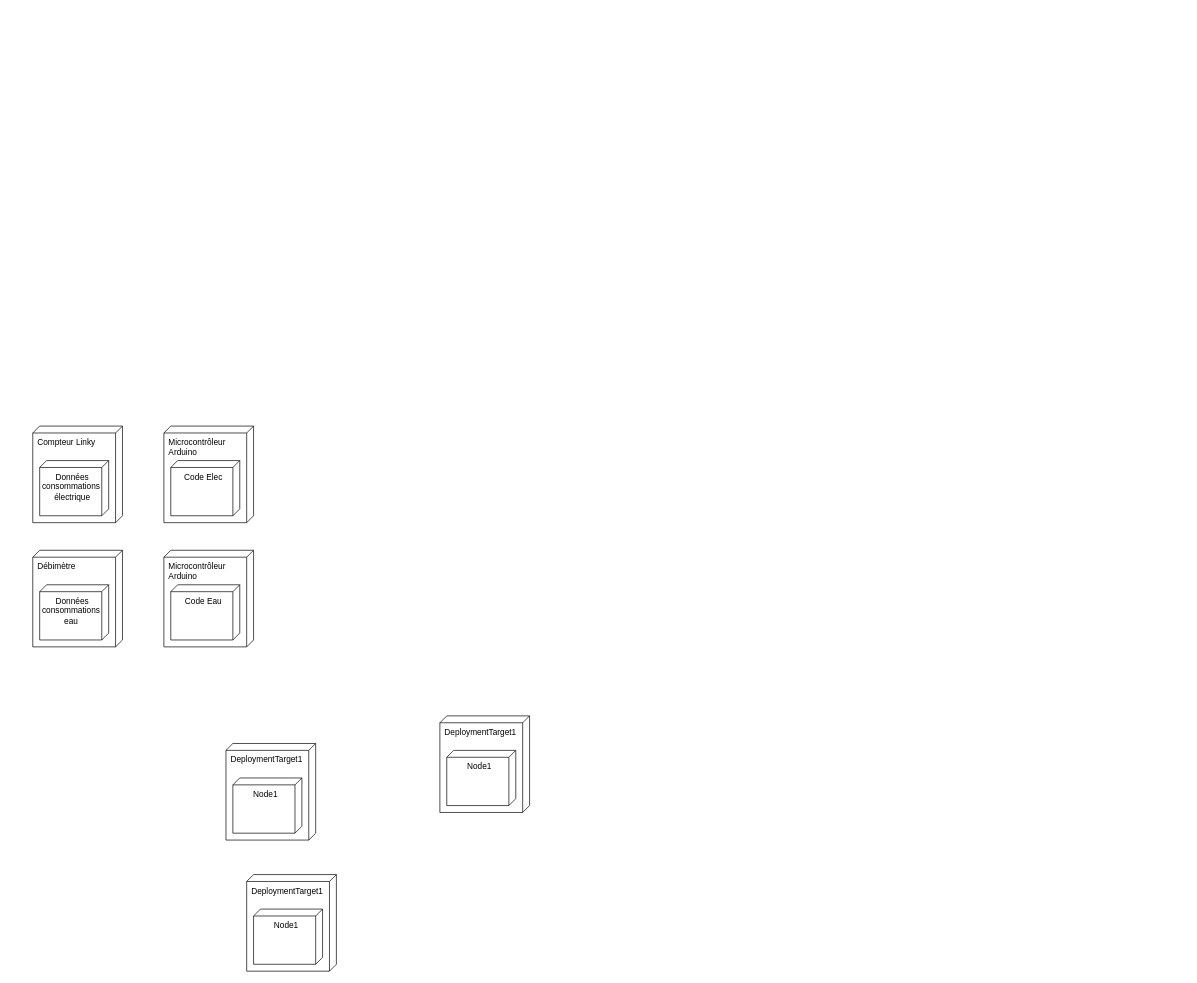
Above: Diagramme_déploiement.drawio in leeeooooooooo/Projet_Visualisation (draw.io), before the change. Source tidied: cells renumbered, new cells numbered last; positions are measured from the earlier drawing's top-left corner, leaving out a move shared by most shapes. Both pictures are drawn from the tidied source at 69%, with x=0, y=0 at pixel (32, 426).
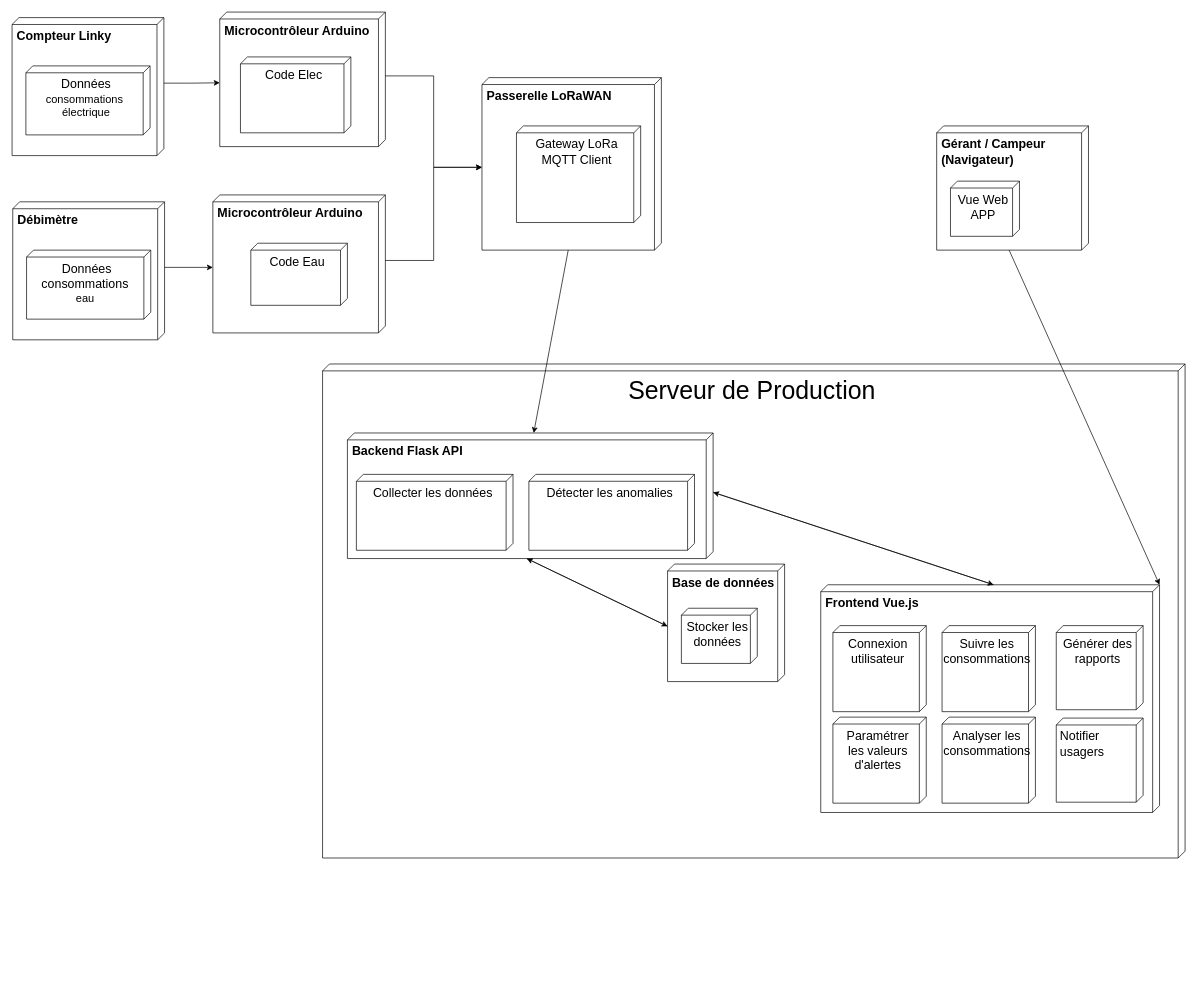
The same diagram, later.

Commit message (it also covers changes not shown here):
Mettre à jour Diagramme_déploiement.drawio

The edit, as a diff of the source:
```diff
@@
-    <mxCell id="2" value="Compteur Linky" style="verticalAlign=top;align=left;shape=cube;size=10;direction=south;fontStyle=0;html=1;boundedLbl=1;spacingLeft=5;whiteSpace=wrap;" parent="1" vertex="1">
-      <mxGeometry width="130" height="140" as="geometry" />
+    <mxCell id="2" value="&lt;font style=&quot;font-size: 18px;&quot;&gt;&lt;b&gt;Compteur Linky&lt;/b&gt;&lt;/font&gt;" style="verticalAlign=top;align=left;shape=cube;size=10;direction=south;fontStyle=0;html=1;boundedLbl=1;spacingLeft=5;whiteSpace=wrap;" parent="1" vertex="1">
+      <mxGeometry x="-30" y="-592" width="220" height="200" as="geometry" />
     </mxCell>
-    <mxCell id="3" value="Données&lt;div&gt;consommations&amp;nbsp;&lt;/div&gt;&lt;div&gt;électrique&lt;/div&gt;" style="verticalAlign=top;align=center;shape=cube;size=10;direction=south;html=1;boundedLbl=1;spacingLeft=5;whiteSpace=wrap;" parent="2" vertex="1">
-      <mxGeometry width="100" height="80" relative="1" as="geometry">
-        <mxPoint x="10" y="50" as="offset" />
+    <mxCell id="3" value="&lt;font style=&quot;font-size: 18px;&quot;&gt;Données&lt;/font&gt;&lt;div&gt;&lt;font size=&quot;3&quot;&gt;consommations&amp;nbsp;&lt;/font&gt;&lt;/div&gt;&lt;div&gt;&lt;font size=&quot;3&quot;&gt;électrique&lt;/font&gt;&lt;/div&gt;" style="verticalAlign=top;align=center;shape=cube;size=10;direction=south;html=1;boundedLbl=1;spacingLeft=5;whiteSpace=wrap;" parent="2" vertex="1">
+      <mxGeometry width="180" height="100" relative="1" as="geometry">
+        <mxPoint x="20" y="70" as="offset" />
       </mxGeometry>
     </mxCell>
-    <mxCell id="4" value="Débimètre" style="verticalAlign=top;align=left;shape=cube;size=10;direction=south;fontStyle=0;html=1;boundedLbl=1;spacingLeft=5;whiteSpace=wrap;" parent="1" vertex="1">
-      <mxGeometry y="180" width="130" height="140" as="geometry" />
-    </mxCell>
-    <mxCell id="5" value="Données&lt;div&gt;consommations&amp;nbsp;&lt;/div&gt;&lt;div&gt;&lt;span style=&quot;background-color: transparent; color: light-dark(rgb(0, 0, 0), rgb(255, 255, 255));&quot;&gt;eau&lt;/span&gt;&lt;span style=&quot;background-color: transparent; color: light-dark(rgb(0, 0, 0), rgb(255, 255, 255));&quot;&gt;&amp;nbsp;&lt;/span&gt;&lt;/div&gt;" style="verticalAlign=top;align=center;shape=cube;size=10;direction=south;html=1;boundedLbl=1;spacingLeft=5;whiteSpace=wrap;" parent="4" vertex="1">
-      <mxGeometry width="100" height="80" relative="1" as="geometry">
-        <mxPoint x="10" y="50" as="offset" />
-      </mxGeometry>
-    </mxCell>
-    <mxCell id="6" value="DeploymentTarget1" style="verticalAlign=top;align=left;shape=cube;size=10;direction=south;fontStyle=0;html=1;boundedLbl=1;spacingLeft=5;whiteSpace=wrap;" parent="1" vertex="1">
-      <mxGeometry x="280" y="460" width="130" height="140" as="geometry" />
+    <mxCell id="6" value="&lt;font style=&quot;font-size: 18px;&quot;&gt;&lt;b&gt;Passerelle LoRaWAN&lt;/b&gt;&lt;/font&gt;" style="verticalAlign=top;align=left;shape=cube;size=10;direction=south;fontStyle=0;html=1;boundedLbl=1;spacingLeft=5;whiteSpace=wrap;" parent="1" vertex="1">
+      <mxGeometry x="651" y="-505" width="260" height="250" as="geometry" />
     </mxCell>
-    <mxCell id="7" value="Node1" style="verticalAlign=top;align=center;shape=cube;size=10;direction=south;html=1;boundedLbl=1;spacingLeft=5;whiteSpace=wrap;" parent="6" vertex="1">
-      <mxGeometry width="100" height="80" relative="1" as="geometry">
-        <mxPoint x="10" y="50" as="offset" />
-      </mxGeometry>
-    </mxCell>
-    <mxCell id="8" value="Microcontrôleur Arduino&amp;nbsp;" style="verticalAlign=top;align=left;shape=cube;size=10;direction=south;fontStyle=0;html=1;boundedLbl=1;spacingLeft=5;whiteSpace=wrap;" parent="1" vertex="1">
-      <mxGeometry x="190" y="180" width="130" height="140" as="geometry" />
+    <mxCell id="8" value="&lt;font style=&quot;font-size: 18px;&quot;&gt;&lt;b&gt;Microcontrôleur Arduino&amp;nbsp;&lt;/b&gt;&lt;/font&gt;" style="verticalAlign=top;align=left;shape=cube;size=10;direction=south;fontStyle=0;html=1;boundedLbl=1;spacingLeft=5;whiteSpace=wrap;" parent="1" vertex="1">
+      <mxGeometry x="261" y="-335" width="250" height="200" as="geometry" />
     </mxCell>
-    <mxCell id="9" value="Code Eau" style="verticalAlign=top;align=center;shape=cube;size=10;direction=south;html=1;boundedLbl=1;spacingLeft=5;whiteSpace=wrap;" parent="8" vertex="1">
-      <mxGeometry width="100" height="80" relative="1" as="geometry">
-        <mxPoint x="10" y="50" as="offset" />
+    <mxCell id="9" value="&lt;font style=&quot;font-size: 18px;&quot;&gt;Code Eau&lt;/font&gt;" style="verticalAlign=top;align=center;shape=cube;size=10;direction=south;html=1;boundedLbl=1;spacingLeft=5;whiteSpace=wrap;" parent="8" vertex="1">
+      <mxGeometry width="140" height="90" relative="1" as="geometry">
+        <mxPoint x="55" y="70" as="offset" />
       </mxGeometry>
     </mxCell>
-    <mxCell id="10" value="Microcontrôleur Arduino&amp;nbsp;" style="verticalAlign=top;align=left;shape=cube;size=10;direction=south;fontStyle=0;html=1;boundedLbl=1;spacingLeft=5;whiteSpace=wrap;" parent="1" vertex="1">
-      <mxGeometry x="190" width="130" height="140" as="geometry" />
+    <mxCell id="10" value="&lt;font style=&quot;font-size: 18px;&quot;&gt;&lt;b&gt;Microcontrôleur Arduino&amp;nbsp;&lt;/b&gt;&lt;/font&gt;" style="verticalAlign=top;align=left;shape=cube;size=10;direction=south;fontStyle=0;html=1;boundedLbl=1;spacingLeft=5;whiteSpace=wrap;" parent="1" vertex="1">
+      <mxGeometry x="271" y="-600" width="240" height="195" as="geometry" />
     </mxCell>
-    <mxCell id="11" value="Code Elec" style="verticalAlign=top;align=center;shape=cube;size=10;direction=south;html=1;boundedLbl=1;spacingLeft=5;whiteSpace=wrap;" parent="10" vertex="1">
-      <mxGeometry width="100" height="80" relative="1" as="geometry">
-        <mxPoint x="10" y="50" as="offset" />
+    <mxCell id="11" value="&lt;font style=&quot;font-size: 18px;&quot;&gt;Code Elec&lt;/font&gt;" style="verticalAlign=top;align=center;shape=cube;size=10;direction=south;html=1;boundedLbl=1;spacingLeft=5;whiteSpace=wrap;" parent="10" vertex="1">
+      <mxGeometry width="160" height="110" relative="1" as="geometry">
+        <mxPoint x="30" y="65" as="offset" />
       </mxGeometry>
     </mxCell>
+    <mxCell id="16" value="&lt;font style=&quot;font-size: 18px;&quot;&gt;Gateway LoRa&lt;/font&gt;&lt;div&gt;&lt;font style=&quot;font-size: 18px;&quot;&gt;MQTT Client&lt;/font&gt;&lt;/div&gt;" style="verticalAlign=top;align=center;shape=cube;size=10;direction=south;html=1;boundedLbl=1;spacingLeft=5;whiteSpace=wrap;" parent="1" vertex="1">
+      <mxGeometry x="701" y="-435" width="180" height="140" as="geometry" />
+    </mxCell>
+    <mxCell id="17" value="&lt;font style=&quot;font-size: 18px;&quot;&gt;&lt;b&gt;Gérant / Campeur (Navigateur)&lt;/b&gt;&lt;/font&gt;" style="verticalAlign=top;align=left;shape=cube;size=10;direction=south;fontStyle=0;html=1;boundedLbl=1;spacingLeft=5;whiteSpace=wrap;" parent="1" vertex="1">
+      <mxGeometry x="1310" y="-435" width="220" height="180" as="geometry" />
+    </mxCell>
+    <mxCell id="18" value="&lt;font style=&quot;font-size: 18px;&quot;&gt;Vue Web APP&lt;/font&gt;" style="verticalAlign=top;align=center;shape=cube;size=10;direction=south;html=1;boundedLbl=1;spacingLeft=5;whiteSpace=wrap;" parent="17" vertex="1">
+      <mxGeometry width="100" height="80" relative="1" as="geometry">
+        <mxPoint x="20" y="80" as="offset" />
+      </mxGeometry>
+    </mxCell>
+    <mxCell id="19" value="&lt;font style=&quot;font-size: 36px;&quot;&gt;Serveur de Production&lt;/font&gt;" style="verticalAlign=top;align=center;shape=cube;size=10;direction=south;fontStyle=0;html=1;boundedLbl=1;spacingLeft=5;whiteSpace=wrap;" parent="1" vertex="1">
+      <mxGeometry x="420" y="-90" width="1250" height="716" as="geometry" />
+    </mxCell>
-    <mxCell id="12" value="DeploymentTarget1" style="verticalAlign=top;align=left;shape=cube;size=10;direction=south;fontStyle=0;html=1;boundedLbl=1;spacingLeft=5;whiteSpace=wrap;" parent="1" vertex="1">
-      <mxGeometry x="590" y="420" width="130" height="140" as="geometry" />
+    <mxCell id="12" value="&lt;b&gt;&lt;font style=&quot;font-size: 18px;&quot;&gt;Base de données&lt;/font&gt;&lt;/b&gt;" style="verticalAlign=top;align=left;shape=cube;size=10;direction=south;fontStyle=0;html=1;boundedLbl=1;spacingLeft=5;whiteSpace=wrap;" parent="19" vertex="1">
+      <mxGeometry x="500" y="290" width="169.6" height="170.3" as="geometry" />
     </mxCell>
-    <mxCell id="13" value="Node1" style="verticalAlign=top;align=center;shape=cube;size=10;direction=south;html=1;boundedLbl=1;spacingLeft=5;whiteSpace=wrap;" parent="12" vertex="1">
-      <mxGeometry width="100" height="80" relative="1" as="geometry">
-        <mxPoint x="10" y="50" as="offset" />
+    <mxCell id="13" value="&lt;font style=&quot;font-size: 18px;&quot;&gt;Stocker les données&lt;/font&gt;" style="verticalAlign=top;align=center;shape=cube;size=10;direction=south;html=1;boundedLbl=1;spacingLeft=5;whiteSpace=wrap;" parent="12" vertex="1">
+      <mxGeometry width="110" height="80" relative="1" as="geometry">
+        <mxPoint x="20" y="64" as="offset" />
       </mxGeometry>
     </mxCell>
-    <mxCell id="14" value="DeploymentTarget1" style="verticalAlign=top;align=left;shape=cube;size=10;direction=south;fontStyle=0;html=1;boundedLbl=1;spacingLeft=5;whiteSpace=wrap;" parent="1" vertex="1">
-      <mxGeometry x="310" y="650" width="130" height="140" as="geometry" />
+    <mxCell id="14" value="&lt;font style=&quot;font-size: 18px;&quot;&gt;&lt;b&gt;Backend Flask API&amp;nbsp;&lt;/b&gt;&lt;/font&gt;" style="verticalAlign=top;align=left;shape=cube;size=10;direction=south;fontStyle=0;html=1;boundedLbl=1;spacingLeft=5;whiteSpace=wrap;" parent="19" vertex="1">
+      <mxGeometry x="36" y="100" width="530" height="182" as="geometry" />
     </mxCell>
-    <mxCell id="15" value="Node1" style="verticalAlign=top;align=center;shape=cube;size=10;direction=south;html=1;boundedLbl=1;spacingLeft=5;whiteSpace=wrap;" parent="14" vertex="1">
-      <mxGeometry width="100" height="80" relative="1" as="geometry">
-        <mxPoint x="10" y="50" as="offset" />
+    <mxCell id="15" value="&lt;font style=&quot;font-size: 18px;&quot;&gt;Détecter les anomalies&lt;/font&gt;" style="verticalAlign=top;align=center;shape=cube;size=10;direction=south;html=1;boundedLbl=1;spacingLeft=5;whiteSpace=wrap;" parent="14" vertex="1">
+      <mxGeometry width="240" height="110" relative="1" as="geometry">
+        <mxPoint x="263" y="60" as="offset" />
       </mxGeometry>
     </mxCell>
+    <mxCell id="20" value="&lt;span style=&quot;text-align: left;&quot;&gt;&lt;font style=&quot;font-size: 18px;&quot;&gt;Collecter les données&lt;/font&gt;&lt;/span&gt;" style="verticalAlign=top;align=center;shape=cube;size=10;direction=south;html=1;boundedLbl=1;spacingLeft=5;whiteSpace=wrap;" parent="14" vertex="1">
+      <mxGeometry x="13" y="60" width="227" height="110" as="geometry" />
+    </mxCell>
+    <mxCell id="21" style="edgeStyle=none;rounded=0;jettySize=auto;html=1;exitX=0;exitY=0;exitDx=90.155;exitDy=169.64;exitPerimeter=0;entryX=0;entryY=0;entryDx=182;entryDy=270;entryPerimeter=0;elbow=vertical;" parent="19" edge="1" source="12" target="14">
+      <mxGeometry relative="1" as="geometry" />
+    </mxCell>
+    <mxCell id="22" style="edgeStyle=none;rounded=0;jettySize=auto;html=1;exitX=0;exitY=0;exitDx=182;exitDy=270;exitPerimeter=0;elbow=vertical;entryX=0;entryY=0;entryDx=90.155;entryDy=169.64;entryPerimeter=0;" parent="19" edge="1" source="14" target="12">
+      <mxGeometry relative="1" as="geometry" />
+    </mxCell>
+    <mxCell id="23" style="edgeStyle=none;rounded=0;jettySize=auto;html=1;exitX=0;exitY=0;exitDx=330;exitDy=250.5;exitPerimeter=0;elbow=vertical;" parent="19" edge="1" source="24">
+      <mxGeometry relative="1" as="geometry">
+        <mxPoint x="960" y="640" as="targetPoint" />
+      </mxGeometry>
+    </mxCell>
+    <mxCell id="24" value="&lt;b&gt;&lt;font style=&quot;font-size: 18px;&quot;&gt;Frontend Vue.js&lt;/font&gt;&lt;/b&gt;" style="verticalAlign=top;align=left;shape=cube;size=10;direction=south;fontStyle=0;html=1;boundedLbl=1;spacingLeft=5;whiteSpace=wrap;" parent="19" vertex="1">
+      <mxGeometry x="722" y="320" width="491" height="330" as="geometry" />
+    </mxCell>
+    <mxCell id="25" value="&lt;font style=&quot;font-size: 18px;&quot;&gt;Connexion utilisateur&lt;/font&gt;" style="verticalAlign=top;align=center;shape=cube;size=10;direction=south;html=1;boundedLbl=1;spacingLeft=5;whiteSpace=wrap;" parent="24" vertex="1">
+      <mxGeometry x="17.6" y="59.2" width="135.3" height="124.7" as="geometry" />
+    </mxCell>
+    <mxCell id="26" value="&lt;span style=&quot;text-align: left;&quot;&gt;&lt;font style=&quot;font-size: 18px;&quot;&gt;Paramétrer les valeurs d'alertes&lt;/font&gt;&lt;/span&gt;" style="verticalAlign=top;align=center;shape=cube;size=10;direction=south;html=1;boundedLbl=1;spacingLeft=5;whiteSpace=wrap;" parent="24" vertex="1">
+      <mxGeometry x="17.6" y="191.8" width="135.3" height="124.7" as="geometry" />
+    </mxCell>
+    <mxCell id="27" value="&lt;span style=&quot;text-align: left;&quot;&gt;&lt;font style=&quot;font-size: 18px;&quot;&gt;Suivre les consommations&lt;/font&gt;&lt;/span&gt;" style="verticalAlign=top;align=center;shape=cube;size=10;direction=south;html=1;boundedLbl=1;spacingLeft=5;whiteSpace=wrap;" parent="24" vertex="1">
+      <mxGeometry x="175.8" y="59.2" width="135.3" height="124.7" as="geometry" />
+    </mxCell>
+    <mxCell id="28" value="&lt;span style=&quot;text-align: left;&quot;&gt;&lt;font style=&quot;font-size: 18px;&quot;&gt;Analyser les consommations&lt;/font&gt;&lt;/span&gt;" style="verticalAlign=top;align=center;shape=cube;size=10;direction=south;html=1;boundedLbl=1;spacingLeft=5;whiteSpace=wrap;" parent="24" vertex="1">
+      <mxGeometry x="175.8" y="191.8" width="135.3" height="124.7" as="geometry" />
+    </mxCell>
+    <mxCell id="29" value="&lt;font style=&quot;font-size: 18px;&quot;&gt;Générer des rapports&lt;/font&gt;" style="verticalAlign=top;align=center;shape=cube;size=10;direction=south;html=1;boundedLbl=1;spacingLeft=5;whiteSpace=wrap;" parent="24" vertex="1">
+      <mxGeometry x="341.3" y="59.2" width="125.9" height="121.9" as="geometry" />
+    </mxCell>
+    <mxCell id="30" value="&lt;div style=&quot;text-align: left;&quot;&gt;&lt;span style=&quot;background-color: transparent; color: light-dark(rgb(0, 0, 0), rgb(255, 255, 255));&quot;&gt;&lt;font style=&quot;font-size: 18px;&quot;&gt;Notifier usagers&lt;/font&gt;&lt;/span&gt;&lt;/div&gt;" style="verticalAlign=top;align=center;shape=cube;size=10;direction=south;html=1;boundedLbl=1;spacingLeft=5;whiteSpace=wrap;" parent="24" vertex="1">
+      <mxGeometry x="341.3" y="193.2" width="125.9" height="121.9" as="geometry" />
+    </mxCell>
+    <mxCell id="31" style="edgeStyle=none;rounded=0;jettySize=auto;html=1;exitX=0;exitY=0;exitDx=0;exitDy=240.49999999999997;exitPerimeter=0;entryX=0;entryY=0;entryDx=86;entryDy=0;entryPerimeter=0;elbow=vertical;" parent="19" edge="1" source="24" target="14">
+      <mxGeometry relative="1" as="geometry" />
+    </mxCell>
+    <mxCell id="32" style="edgeStyle=none;rounded=0;jettySize=auto;html=1;exitX=0;exitY=0;exitDx=86;exitDy=0;exitPerimeter=0;entryX=0;entryY=0;entryDx=0;entryDy=240.5;entryPerimeter=0;elbow=vertical;" parent="19" edge="1" source="14" target="24">
+      <mxGeometry relative="1" as="geometry" />
+    </mxCell>
+    <mxCell id="33" value="&#10;" style="text;whiteSpace=wrap;" parent="1" vertex="1">
+      <mxGeometry x="1370" y="340" width="170" height="70" as="geometry" />
+    </mxCell>
+    <mxCell id="4" value="&lt;font style=&quot;font-size: 18px;&quot;&gt;&lt;b&gt;Débimètre&lt;/b&gt;&lt;/font&gt;" style="verticalAlign=top;align=left;shape=cube;size=10;direction=south;fontStyle=0;html=1;boundedLbl=1;spacingLeft=5;whiteSpace=wrap;" parent="1" vertex="1">
+      <mxGeometry x="-29" y="-325" width="220" height="200" as="geometry" />
+    </mxCell>
+    <mxCell id="5" value="&lt;font style=&quot;font-size: 18px;&quot;&gt;Données&lt;/font&gt;&lt;div&gt;&lt;font style=&quot;font-size: 18px;&quot;&gt;consommations&lt;/font&gt;&lt;font style=&quot;font-size: 18px;&quot;&gt;&amp;nbsp;&lt;/font&gt;&lt;/div&gt;&lt;div&gt;&lt;font size=&quot;3&quot;&gt;&lt;span style=&quot;background-color: transparent; color: light-dark(rgb(0, 0, 0), rgb(255, 255, 255));&quot;&gt;eau&lt;/span&gt;&lt;span style=&quot;background-color: transparent; color: light-dark(rgb(0, 0, 0), rgb(255, 255, 255));&quot;&gt;&amp;nbsp;&lt;/span&gt;&lt;/font&gt;&lt;/div&gt;" style="verticalAlign=top;align=center;shape=cube;size=10;direction=south;html=1;boundedLbl=1;spacingLeft=5;whiteSpace=wrap;" parent="4" vertex="1">
+      <mxGeometry width="180" height="100" relative="1" as="geometry">
+        <mxPoint x="20" y="70" as="offset" />
+      </mxGeometry>
+    </mxCell>
+    <mxCell id="34" style="edgeStyle=orthogonalEdgeStyle;rounded=0;jettySize=auto;html=1;exitX=0;exitY=0;exitDx=95;exitDy=0;exitPerimeter=0;entryX=0;entryY=0;entryDx=102.5;entryDy=240;entryPerimeter=0;" parent="1" edge="1" source="2" target="10">
+      <mxGeometry relative="1" as="geometry" />
+    </mxCell>
+    <mxCell id="35" style="edgeStyle=orthogonalEdgeStyle;rounded=0;jettySize=auto;html=1;exitX=0;exitY=0;exitDx=95;exitDy=0;exitPerimeter=0;entryX=0;entryY=0;entryDx=105;entryDy=250;entryPerimeter=0;" parent="1" edge="1" source="4" target="8">
+      <mxGeometry relative="1" as="geometry" />
+    </mxCell>
+    <mxCell id="36" style="edgeStyle=orthogonalEdgeStyle;rounded=0;jettySize=auto;html=1;exitX=0;exitY=0;exitDx=92.5;exitDy=0;exitPerimeter=0;entryX=0;entryY=0;entryDx=130;entryDy=260;entryPerimeter=0;" parent="1" edge="1" source="10" target="6">
+      <mxGeometry relative="1" as="geometry" />
+    </mxCell>
+    <mxCell id="37" style="edgeStyle=orthogonalEdgeStyle;rounded=0;jettySize=auto;html=1;exitX=0;exitY=0;exitDx=95;exitDy=0;exitPerimeter=0;entryX=0;entryY=0;entryDx=130;entryDy=260;entryPerimeter=0;" parent="1" edge="1" source="8" target="6">
+      <mxGeometry relative="1" as="geometry" />
+    </mxCell>
+    <mxCell id="38" style="edgeStyle=none;rounded=0;jettySize=auto;html=1;exitX=0;exitY=0;exitDx=180;exitDy=115;exitPerimeter=0;elbow=vertical;entryX=0;entryY=0;entryDx=0;entryDy=0;entryPerimeter=0;" parent="1" edge="1" source="17" target="24">
+      <mxGeometry relative="1" as="geometry" />
+    </mxCell>
+    <mxCell id="39" style="edgeStyle=none;rounded=0;jettySize=auto;html=1;exitX=0;exitY=0;exitDx=250.00000000000003;exitDy=135;exitPerimeter=0;entryX=0;entryY=0;entryDx=0;entryDy=260;entryPerimeter=0;elbow=vertical;" parent="1" edge="1" source="6" target="14">
+      <mxGeometry relative="1" as="geometry" />
+    </mxCell>
```
